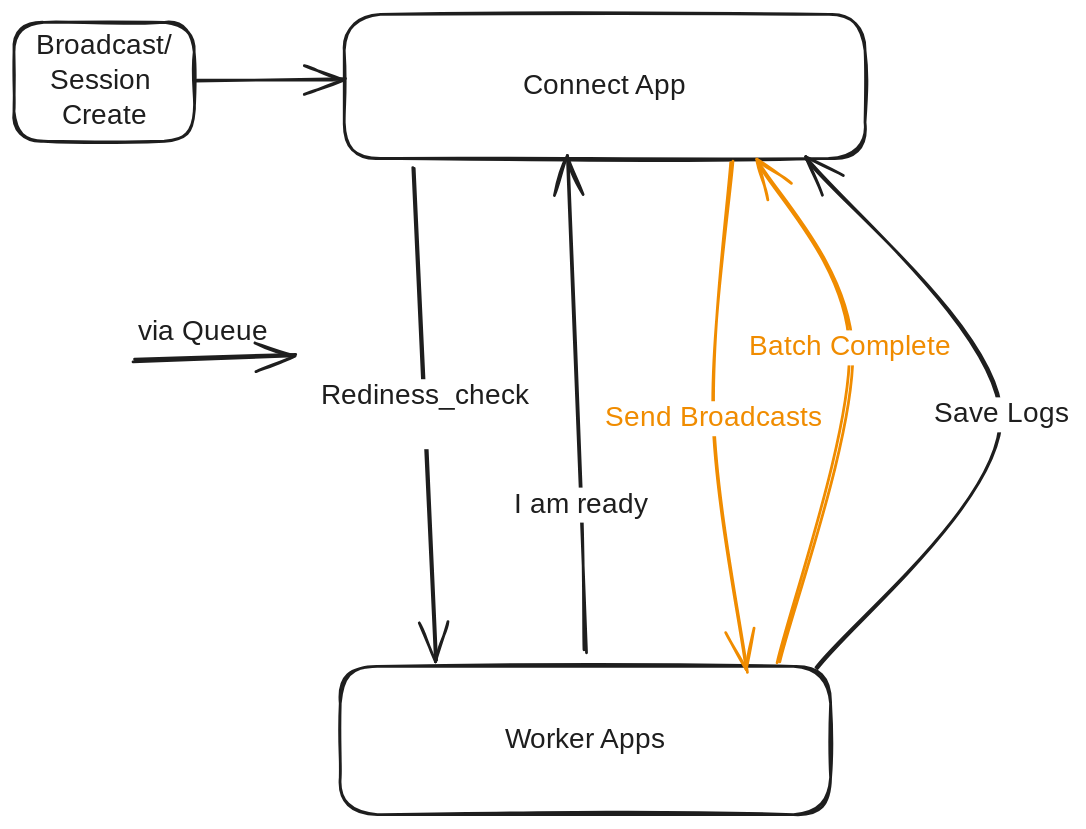
Earlier version of the Excalidraw export docs/diagrams/queue-flow.excalidraw.svg (rumsan/connect). Source tidied: one line per element, renumbered; positions are measured from the earlier drawing's top-left corner, leaving out a move shared by most shapes. The source it was exported from:
```json
{"id": 0, "type": "rectangle", "strokeColor": "#1e1e1e", "strokeWidth": 2, "roughness": 1, "round": true, "x": 236, "y": 0, "width": 372, "height": 103}
{"id": 1, "type": "text", "text": "Connect App", "strokeColor": "#1e1e1e", "strokeWidth": 2, "roughness": 1, "fontSize": 20, "fontFamily": 1, "textAlign": "center", "verticalAlign": "middle", "inside": 0, "x": 363, "y": 39, "width": 118, "height": 25}
{"id": 2, "type": "arrow", "strokeColor": "#1e1e1e", "strokeWidth": 2, "roughness": 1, "endArrowhead": "arrow", "round": true, "from": 0, "to": 4, "x": 285, "y": 109, "width": 17, "height": 353, "points": [[0, 0], [17, 353]]}
{"id": 3, "type": "text", "text": "Rediness_check\n", "strokeColor": "#1e1e1e", "strokeWidth": 2, "roughness": 1, "fontSize": 20, "fontFamily": 1, "textAlign": "center", "verticalAlign": "middle", "inside": 2, "x": 197, "y": 261, "width": 149, "height": 50}
{"id": 4, "type": "rectangle", "strokeColor": "#1e1e1e", "strokeWidth": 2, "roughness": 1, "round": true, "x": 233, "y": 466, "width": 350, "height": 106}
{"id": 5, "type": "text", "text": "Worker Apps", "strokeColor": "#1e1e1e", "strokeWidth": 2, "roughness": 1, "fontSize": 20, "fontFamily": 1, "textAlign": "center", "verticalAlign": "middle", "inside": 4, "x": 350, "y": 506, "width": 118, "height": 25}
{"id": 6, "type": "rectangle", "strokeColor": "#1e1e1e", "strokeWidth": 2, "roughness": 1, "round": true, "x": 0, "y": 6, "width": 129, "height": 85}
{"id": 7, "type": "text", "text": "Broadcast/\nSession \nCreate", "strokeColor": "#1e1e1e", "strokeWidth": 2, "roughness": 1, "fontSize": 20, "fontFamily": 1, "textAlign": "center", "verticalAlign": "middle", "inside": 6, "x": 7, "y": 11, "width": 114, "height": 75}
{"id": 8, "type": "arrow", "strokeColor": "#1e1e1e", "strokeWidth": 2, "roughness": 1, "endArrowhead": "arrow", "round": true, "from": 6, "x": 130, "y": 47, "width": 108, "height": 0, "points": [[0, 0], [108, 0]]}
{"id": 9, "type": "arrow", "strokeColor": "#1e1e1e", "strokeWidth": 2, "roughness": 1, "endArrowhead": "arrow", "round": true, "from": 10, "x": 86, "y": 248, "width": 115, "height": 4, "points": [[0, 0], [115, -4]]}
{"id": 10, "type": "text", "text": "via Queue", "strokeColor": "#1e1e1e", "strokeWidth": 2, "roughness": 1, "fontSize": 20, "fontFamily": 1, "x": 89, "y": 215, "width": 97, "height": 25}
{"id": 11, "type": "arrow", "strokeColor": "#1e1e1e", "strokeWidth": 2, "roughness": 1, "endArrowhead": "arrow", "round": true, "from": 4, "x": 408, "y": 455, "width": 12, "height": 352, "points": [[0, 0], [-3, -104], [-12, -352]]}
{"id": 12, "type": "text", "text": "I am ready", "strokeColor": "#1e1e1e", "strokeWidth": 2, "roughness": 1, "fontSize": 20, "fontFamily": 1, "textAlign": "center", "verticalAlign": "middle", "inside": 11, "x": 315, "y": 269, "width": 111, "height": 25}
{"id": 13, "type": "arrow", "strokeColor": "#f08c00", "strokeWidth": 2, "roughness": 1, "endArrowhead": "arrow", "round": true, "from": 0, "x": 513, "y": 106, "width": 25, "height": 364, "points": [[0, 0], [-14, 183], [11, 364]]}
{"id": 14, "type": "text", "text": "Send Broadcasts", "strokeColor": "#f08c00", "strokeWidth": 2, "roughness": 1, "fontSize": 20, "fontFamily": 1, "textAlign": "center", "verticalAlign": "middle", "inside": 13, "x": 434, "y": 275, "width": 169, "height": 25}
{"id": 15, "type": "arrow", "strokeColor": "#1e1e1e", "strokeWidth": 2, "roughness": 1, "endArrowhead": "arrow", "round": true, "to": 0, "x": 573, "y": 467, "width": 140, "height": 364, "points": [[0, 0], [132, -181], [-7, -364]]}
{"id": 16, "type": "text", "text": "Save Logs", "strokeColor": "#1e1e1e", "strokeWidth": 2, "roughness": 1, "fontSize": 20, "fontFamily": 1, "textAlign": "center", "verticalAlign": "middle", "inside": 15, "x": 606, "y": 274, "width": 101, "height": 25}
{"id": 17, "type": "arrow", "strokeColor": "#f08c00", "strokeWidth": 2, "roughness": 1, "endArrowhead": "arrow", "round": true, "from": 4, "to": 0, "x": 546, "y": 463, "width": 68, "height": 358, "points": [[0, 0], [52, -224], [-16, -358]]}
{"id": 18, "type": "text", "text": "Batch Complete", "strokeColor": "#f08c00", "strokeWidth": 2, "roughness": 1, "fontSize": 20, "fontFamily": 1, "textAlign": "center", "verticalAlign": "middle", "inside": 17, "x": 461, "y": 271, "width": 154, "height": 25}
```
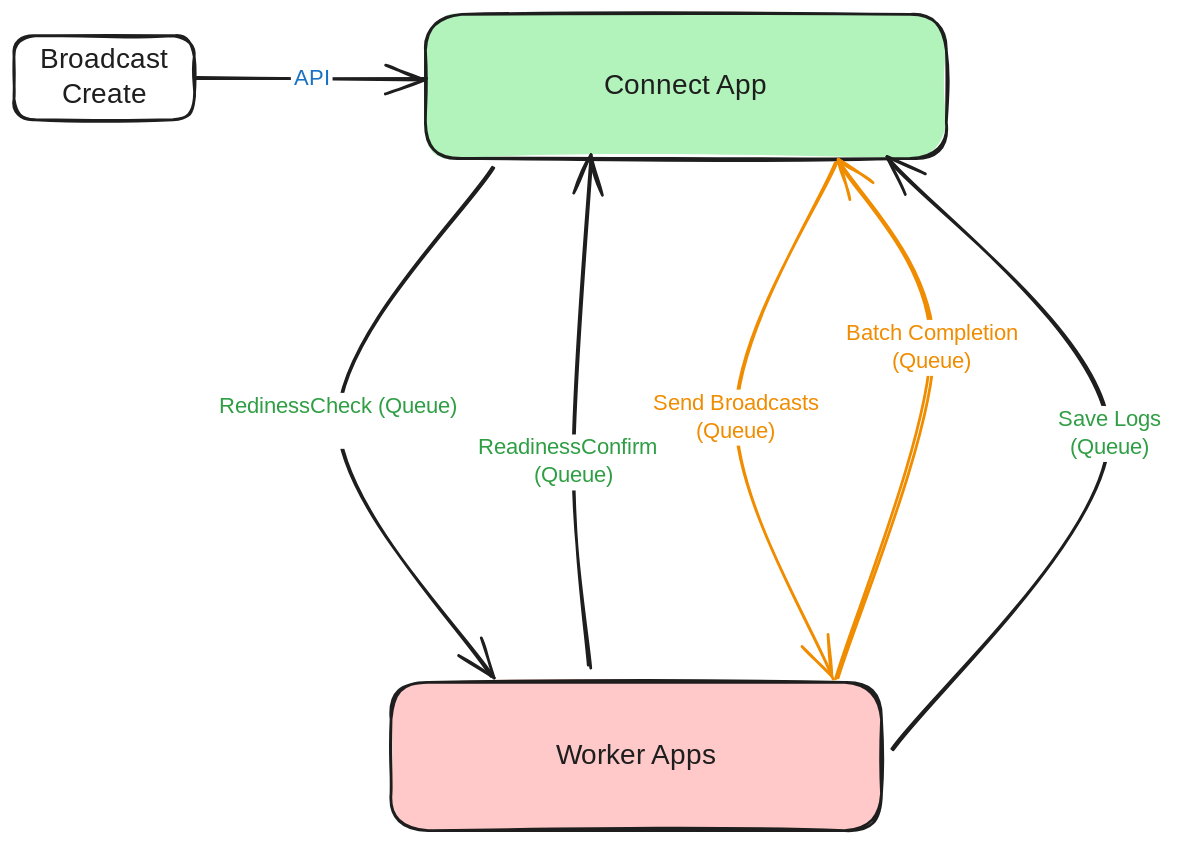
After the commit.

What changed in the source:
```diff
@@ -1,19 +1,18 @@
-{"id": 0, "type": "rectangle", "strokeColor": "#1e1e1e", "strokeWidth": 2, "roughness": 1, "round": true, "x": 236, "y": 0, "width": 372, "height": 103}
+{"id": 0, "type": "rectangle", "strokeColor": "#1e1e1e", "backgroundColor": "#b2f2bb", "fillStyle": "solid", "strokeWidth": 2, "roughness": 1, "round": true, "x": 236, "y": 0, "width": 372, "height": 103}
 {"id": 1, "type": "text", "text": "Connect App", "strokeColor": "#1e1e1e", "strokeWidth": 2, "roughness": 1, "fontSize": 20, "fontFamily": 1, "textAlign": "center", "verticalAlign": "middle", "inside": 0, "x": 363, "y": 39, "width": 118, "height": 25}
-{"id": 2, "type": "arrow", "strokeColor": "#1e1e1e", "strokeWidth": 2, "roughness": 1, "endArrowhead": "arrow", "round": true, "from": 0, "to": 4, "x": 285, "y": 109, "width": 17, "height": 353, "points": [[0, 0], [17, 353]]}
+{"id": 2, "type": "arrow", "strokeColor": "#1e1e1e", "strokeWidth": 2, "roughness": 1, "endArrowhead": "arrow", "round": true, "from": 0, "to": 4, "x": 284, "y": 109, "width": 110, "height": 365, "points": [[0, 0], [-110, 182], [0, 365]]}
-{"id": 3, "type": "text", "text": "Rediness_check\n", "strokeColor": "#1e1e1e", "strokeWidth": 2, "roughness": 1, "fontSize": 20, "fontFamily": 1, "textAlign": "center", "verticalAlign": "middle", "inside": 2, "x": 197, "y": 261, "width": 149, "height": 50}
+{"id": 3, "type": "text", "text": "RedinessCheck (Queue)\n", "strokeColor": "#2f9e44", "strokeWidth": 2, "roughness": 1, "fontSize": 16, "fontFamily": 1, "textAlign": "center", "verticalAlign": "middle", "inside": 2, "x": 86, "y": 270, "width": 176, "height": 40}
-{"id": 4, "type": "rectangle", "strokeColor": "#1e1e1e", "strokeWidth": 2, "roughness": 1, "round": true, "x": 233, "y": 466, "width": 350, "height": 106}
+{"id": 4, "type": "rectangle", "strokeColor": "#1e1e1e", "backgroundColor": "#ffc9c9", "fillStyle": "solid", "strokeWidth": 2, "roughness": 1, "round": true, "x": 211, "y": 477, "width": 350, "height": 106}
-{"id": 5, "type": "text", "text": "Worker Apps", "strokeColor": "#1e1e1e", "strokeWidth": 2, "roughness": 1, "fontSize": 20, "fontFamily": 1, "textAlign": "center", "verticalAlign": "middle", "inside": 4, "x": 350, "y": 506, "width": 118, "height": 25}
+{"id": 5, "type": "text", "text": "Worker Apps", "strokeColor": "#1e1e1e", "strokeWidth": 2, "roughness": 1, "fontSize": 20, "fontFamily": 1, "textAlign": "center", "verticalAlign": "middle", "inside": 4, "x": 328, "y": 518, "width": 118, "height": 25}
-{"id": 6, "type": "rectangle", "strokeColor": "#1e1e1e", "strokeWidth": 2, "roughness": 1, "round": true, "x": 0, "y": 6, "width": 129, "height": 85}
+{"id": 6, "type": "rectangle", "strokeColor": "#1e1e1e", "strokeWidth": 2, "roughness": 1, "round": true, "x": -58, "y": 15, "width": 129, "height": 60}
-{"id": 7, "type": "text", "text": "Broadcast/\nSession \nCreate", "strokeColor": "#1e1e1e", "strokeWidth": 2, "roughness": 1, "fontSize": 20, "fontFamily": 1, "textAlign": "center", "verticalAlign": "middle", "inside": 6, "x": 7, "y": 11, "width": 114, "height": 75}
+{"id": 7, "type": "text", "text": "Broadcast\nCreate", "strokeColor": "#1e1e1e", "strokeWidth": 2, "roughness": 1, "fontSize": 20, "fontFamily": 1, "textAlign": "center", "verticalAlign": "middle", "inside": 6, "x": -46, "y": 20, "width": 104, "height": 50}
-{"id": 8, "type": "arrow", "strokeColor": "#1e1e1e", "strokeWidth": 2, "roughness": 1, "endArrowhead": "arrow", "round": true, "from": 6, "x": 130, "y": 47, "width": 108, "height": 0, "points": [[0, 0], [108, 0]]}
+{"id": 8, "type": "arrow", "strokeColor": "#1e1e1e", "strokeWidth": 2, "roughness": 1, "endArrowhead": "arrow", "round": true, "from": 6, "x": 72, "y": 45, "width": 165, "height": 1, "points": [[0, 0], [165, 1]]}
-{"id": 9, "type": "arrow", "strokeColor": "#1e1e1e", "strokeWidth": 2, "roughness": 1, "endArrowhead": "arrow", "round": true, "from": 10, "x": 86, "y": 248, "width": 115, "height": 4, "points": [[0, 0], [115, -4]]}
-{"id": 10, "type": "text", "text": "via Queue", "strokeColor": "#1e1e1e", "strokeWidth": 2, "roughness": 1, "fontSize": 20, "fontFamily": 1, "x": 89, "y": 215, "width": 97, "height": 25}
+{"id": 19, "type": "text", "text": "API", "strokeColor": "#1971c2", "strokeWidth": 2, "roughness": 1, "fontSize": 16, "fontFamily": 1, "textAlign": "center", "verticalAlign": "middle", "inside": 8, "x": 106, "y": 36, "width": 30, "height": 20}
-{"id": 11, "type": "arrow", "strokeColor": "#1e1e1e", "strokeWidth": 2, "roughness": 1, "endArrowhead": "arrow", "round": true, "from": 4, "x": 408, "y": 455, "width": 12, "height": 352, "points": [[0, 0], [-3, -104], [-12, -352]]}
+{"id": 11, "type": "arrow", "strokeColor": "#1e1e1e", "strokeWidth": 2, "roughness": 1, "endArrowhead": "arrow", "round": true, "from": 4, "x": 353, "y": 466, "width": 13, "height": 364, "points": [[0, 0], [-12, -146], [1, -364]]}
-{"id": 12, "type": "text", "text": "I am ready", "strokeColor": "#1e1e1e", "strokeWidth": 2, "roughness": 1, "fontSize": 20, "fontFamily": 1, "textAlign": "center", "verticalAlign": "middle", "inside": 11, "x": 315, "y": 269, "width": 111, "height": 25}
+{"id": 12, "type": "text", "text": "ReadinessConfirm  \n(Queue)", "strokeColor": "#2f9e44", "strokeWidth": 2, "roughness": 1, "fontSize": 16, "fontFamily": 1, "textAlign": "center", "verticalAlign": "middle", "inside": 11, "x": 268, "y": 300, "width": 147, "height": 40}
-{"id": 13, "type": "arrow", "strokeColor": "#f08c00", "strokeWidth": 2, "roughness": 1, "endArrowhead": "arrow", "round": true, "from": 0, "x": 513, "y": 106, "width": 25, "height": 364, "points": [[0, 0], [-14, 183], [11, 364]]}
+{"id": 13, "type": "arrow", "strokeColor": "#f08c00", "strokeWidth": 2, "roughness": 1, "endArrowhead": "arrow", "round": true, "from": 0, "to": 4, "x": 530, "y": 106, "width": 72, "height": 368, "points": [[0, 0], [-72, 182], [-2, 368]]}
-{"id": 14, "type": "text", "text": "Send Broadcasts", "strokeColor": "#f08c00", "strokeWidth": 2, "roughness": 1, "fontSize": 20, "fontFamily": 1, "textAlign": "center", "verticalAlign": "middle", "inside": 13, "x": 434, "y": 275, "width": 169, "height": 25}
+{"id": 14, "type": "text", "text": "Send Broadcasts\n(Queue)", "strokeColor": "#f08c00", "strokeWidth": 2, "roughness": 1, "fontSize": 16, "fontFamily": 1, "textAlign": "center", "verticalAlign": "middle", "inside": 13, "x": 402, "y": 252, "width": 135, "height": 40}
-{"id": 15, "type": "arrow", "strokeColor": "#1e1e1e", "strokeWidth": 2, "roughness": 1, "endArrowhead": "arrow", "round": true, "to": 0, "x": 573, "y": 467, "width": 140, "height": 364, "points": [[0, 0], [132, -181], [-7, -364]]}
+{"id": 15, "type": "arrow", "strokeColor": "#1e1e1e", "strokeWidth": 2, "roughness": 1, "endArrowhead": "arrow", "round": true, "from": 4, "to": 0, "x": 569, "y": 525, "width": 159, "height": 422, "points": [[0, 0], [155, -225], [-4, -422]]}
-{"id": 16, "type": "text", "text": "Save Logs", "strokeColor": "#1e1e1e", "strokeWidth": 2, "roughness": 1, "fontSize": 20, "fontFamily": 1, "textAlign": "center", "verticalAlign": "middle", "inside": 15, "x": 606, "y": 274, "width": 101, "height": 25}
+{"id": 16, "type": "text", "text": "Save Logs\n(Queue)", "strokeColor": "#2f9e44", "strokeWidth": 2, "roughness": 1, "fontSize": 16, "fontFamily": 1, "textAlign": "center", "verticalAlign": "middle", "inside": 15, "x": 685, "y": 280, "width": 81, "height": 40}
-{"id": 17, "type": "arrow", "strokeColor": "#f08c00", "strokeWidth": 2, "roughness": 1, "endArrowhead": "arrow", "round": true, "from": 4, "to": 0, "x": 546, "y": 463, "width": 68, "height": 358, "points": [[0, 0], [52, -224], [-16, -358]]}
+{"id": 17, "type": "arrow", "strokeColor": "#f08c00", "strokeWidth": 2, "roughness": 1, "endArrowhead": "arrow", "round": true, "from": 4, "to": 0, "x": 530, "y": 474, "width": 68, "height": 370, "points": [[0, 0], [68, -236], [0, -370]]}
-{"id": 18, "type": "text", "text": "Batch Complete", "strokeColor": "#f08c00", "strokeWidth": 2, "roughness": 1, "fontSize": 20, "fontFamily": 1, "textAlign": "center", "verticalAlign": "middle", "inside": 17, "x": 461, "y": 271, "width": 154, "height": 25}
+{"id": 18, "type": "text", "text": "Batch Completion\n(Queue)", "strokeColor": "#f08c00", "strokeWidth": 2, "roughness": 1, "fontSize": 16, "fontFamily": 1, "textAlign": "center", "verticalAlign": "middle", "inside": 17, "x": 530, "y": 218, "width": 134, "height": 40}
```
